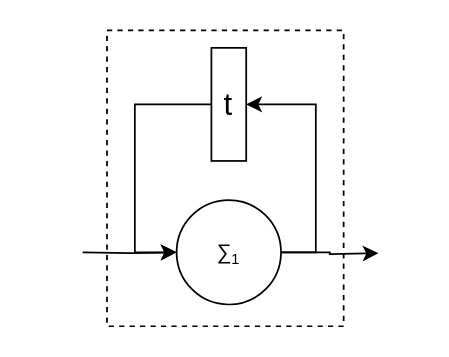
Before: 循环组装.drawio in WFUing/GRADUATION, a draw.io diagram. Source tidied: cells renumbered, new cells numbered last; positions are measured from the earlier drawing's top-left corner, leaving out a move shared by most shapes. Both pictures are drawn from the tidied source at 174%, with x=0, y=0 at pixel (82, 30).
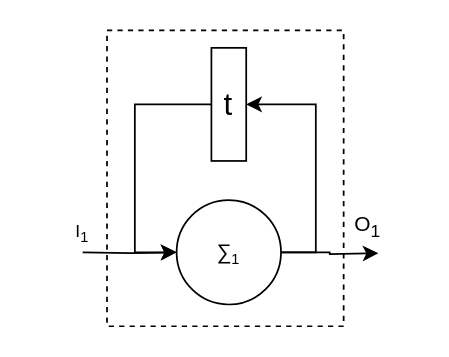
Above is the later version.

Commit message (it also covers changes not shown here):
更新循环组装.drawio

Change to the diagram source:
```diff
@@
 <mxGraphModel>
   <root>
     <mxCell id="0" />
     <mxCell id="1" parent="0" />
     <mxCell id="2" style="rounded=0;whiteSpace=wrap;html=1;dashed=1;" parent="1" vertex="1">
       <mxGeometry x="14" width="136" height="170" as="geometry" />
     </mxCell>
     <mxCell id="3" value="&lt;font style=&quot;font-size: 18px;&quot;&gt;t&lt;/font&gt;" style="rounded=0;whiteSpace=wrap;html=1;" parent="1" vertex="1">
       <mxGeometry x="74" y="10" width="20" height="65" as="geometry" />
     </mxCell>
     <mxCell id="4" style="edgeStyle=orthogonalEdgeStyle;rounded=0;jettySize=auto;html=1;exitX=1;exitY=0.5;exitDx=0;exitDy=0;entryX=1;entryY=0.5;entryDx=0;entryDy=0;" parent="1" edge="1" source="5" target="3">
       <mxGeometry relative="1" as="geometry" />
     </mxCell>
     <mxCell id="5" value="∑&lt;span style=&quot;font-size: 10px;&quot;&gt;&lt;sub&gt;1&lt;/sub&gt;&lt;/span&gt;" style="ellipse;whiteSpace=wrap;html=1;" parent="1" vertex="1">
       <mxGeometry x="54" y="97.5" width="60" height="60" as="geometry" />
     </mxCell>
     <mxCell id="6" style="edgeStyle=orthogonalEdgeStyle;rounded=0;jettySize=auto;html=1;exitX=0;exitY=0.5;exitDx=0;exitDy=0;entryX=0;entryY=0.5;entryDx=0;entryDy=0;" parent="1" edge="1" source="3" target="5">
       <mxGeometry relative="1" as="geometry">
         <Array as="points">
           <mxPoint x="30" y="43" />
           <mxPoint x="30" y="128" />
         </Array>
       </mxGeometry>
     </mxCell>
     <mxCell id="7" style="edgeStyle=orthogonalEdgeStyle;rounded=0;jettySize=auto;html=1;exitX=1;exitY=0.5;exitDx=0;exitDy=0;" parent="1" edge="1" source="5">
       <mxGeometry relative="1" as="geometry">
         <mxPoint x="170" y="128" as="targetPoint" />
       </mxGeometry>
     </mxCell>
     <mxCell id="8" style="edgeStyle=orthogonalEdgeStyle;rounded=0;jettySize=auto;html=1;" parent="1" edge="1" target="5">
       <mxGeometry relative="1" as="geometry">
         <mxPoint y="127.5" as="sourcePoint" />
       </mxGeometry>
     </mxCell>
+    <mxCell id="9" value="O&lt;sub&gt;1&lt;/sub&gt;" style="text;strokeColor=none;align=center;fillColor=none;html=1;verticalAlign=middle;whiteSpace=wrap;rounded=0;" parent="1" vertex="1">
+      <mxGeometry x="134" y="97.5" width="60" height="30" as="geometry" />
+    </mxCell>
+    <mxCell id="10" value="&lt;span style=&quot;font-size: 10px;&quot;&gt;I&lt;sub&gt;1&lt;/sub&gt;&lt;/span&gt;" style="text;strokeColor=none;align=center;fillColor=none;html=1;verticalAlign=middle;whiteSpace=wrap;rounded=0;" parent="1" vertex="1">
+      <mxGeometry x="-30" y="100" width="60" height="30" as="geometry" />
+    </mxCell>
   </root>
 </mxGraphModel>
```
